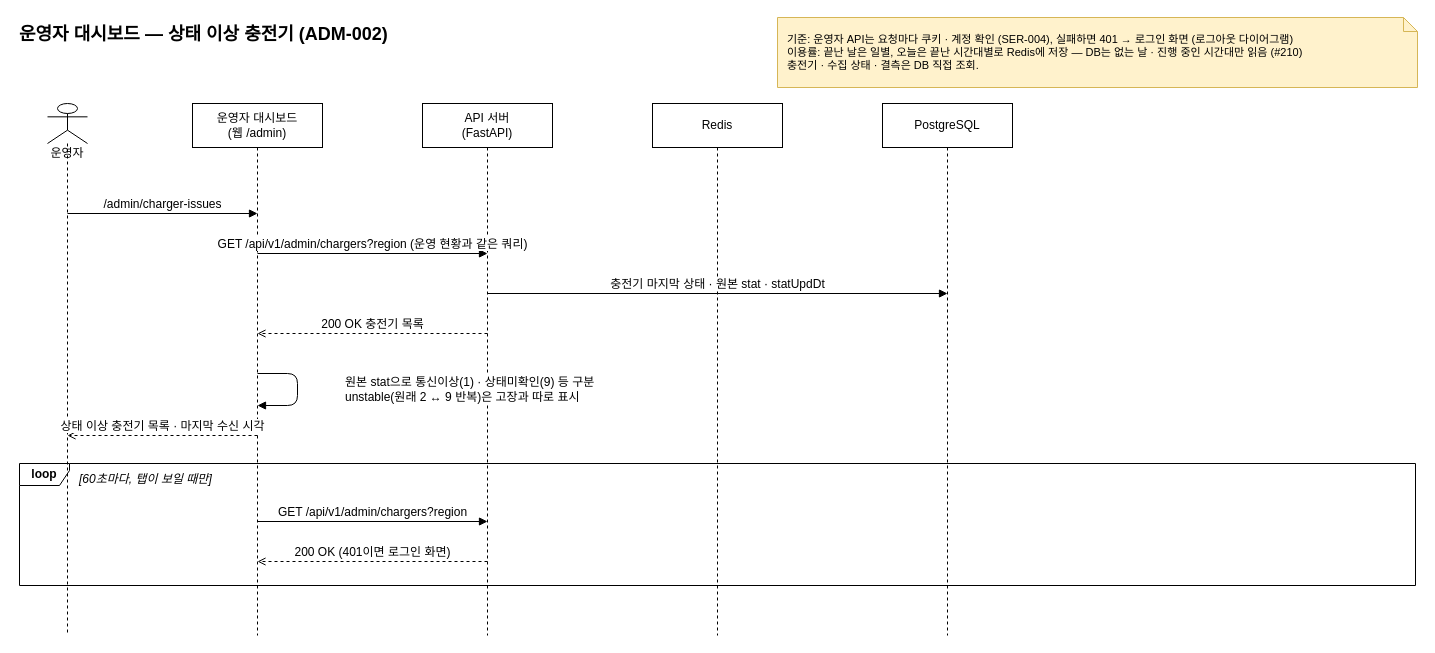
This is page "상태 이상 충전기" (2 of 3) of docs/diagrams_new/sequence-운영자 대시보드 조회.drawio from 2026-Capstone4/ev-flow, a draw.io file, before an edit. Source tidied: cells renumbered, new cells numbered last; positions are measured from the earlier drawing's top-left corner, leaving out a move shared by most shapes. Both pictures are drawn from the tidied source at 100%, with x=0, y=0 at pixel (17, 17).
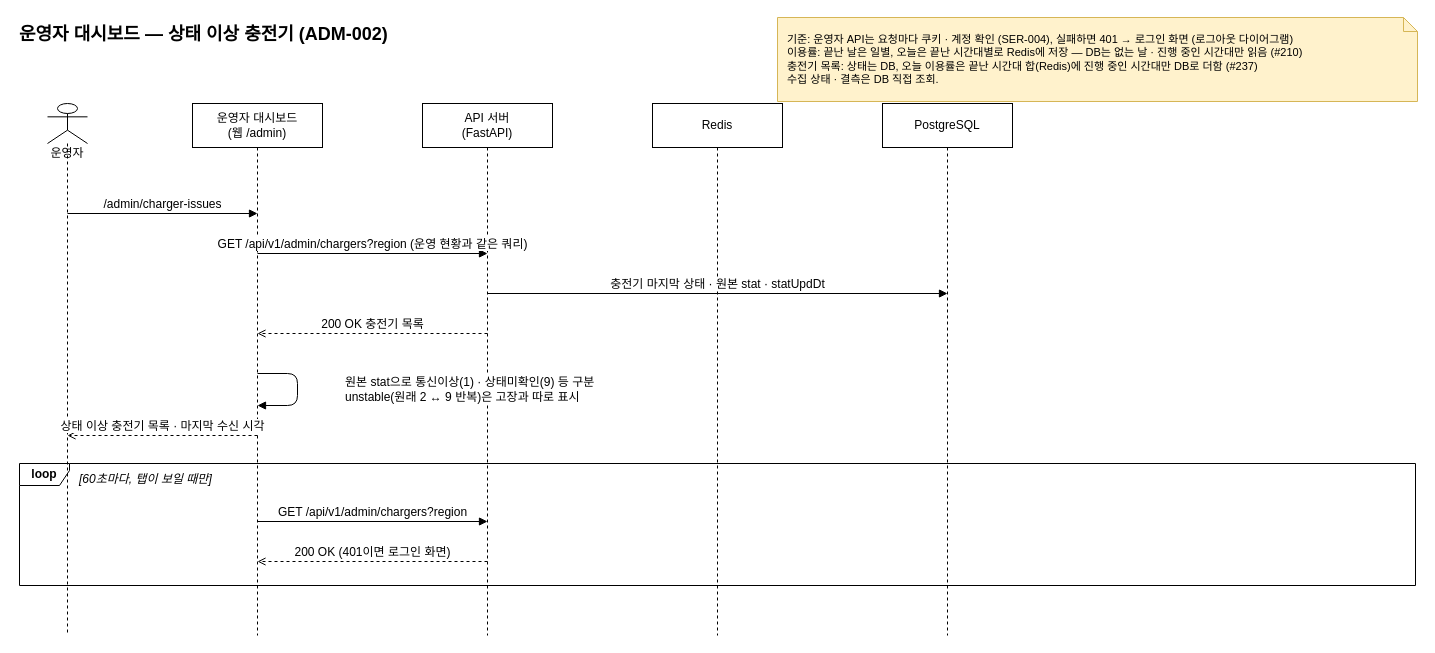
The same page after the edit.

Commit message (it also covers changes not shown here):
fix: 운영자 충전기 목록 느림 - 충전기 상태를 회차 한 번에 읽고 오늘 합을 Redis에 저장 (#237)

The edit, as a diff of the source:
```diff
@@
-    <mxCell id="9" value="기준: 운영자 API는 요청마다 쿠키 · 계정 확인 (SER-004), 실패하면 401 → 로그인 화면 (로그아웃 다이어그램)&lt;br&gt;이용률: 끝난 날은 일별, 오늘은 끝난 시간대별로 Redis에 저장 — DB는 없는 날 · 진행 중인 시간대만 읽음 (#210)&lt;br&gt;충전기 · 수집 상태 · 결측은 DB 직접 조회." style="shape=note;whiteSpace=wrap;html=1;size=14;align=left;spacingLeft=8;fillColor=#fff2cc;strokeColor=#d6b656;fontFamily=Pretendard;fontSize=11;" parent="1" vertex="1">
-      <mxGeometry x="760" width="640" height="70" as="geometry" />
+    <mxCell id="9" value="기준: 운영자 API는 요청마다 쿠키 · 계정 확인 (SER-004), 실패하면 401 → 로그인 화면 (로그아웃 다이어그램)&lt;br&gt;이용률: 끝난 날은 일별, 오늘은 끝난 시간대별로 Redis에 저장 — DB는 없는 날 · 진행 중인 시간대만 읽음 (#210)&lt;br&gt;충전기 목록: 상태는 DB, 오늘 이용률은 끝난 시간대 합(Redis)에 진행 중인 시간대만 DB로 더함 (#237)&lt;br&gt;수집 상태 · 결측은 DB 직접 조회." style="shape=note;whiteSpace=wrap;html=1;size=14;align=left;spacingLeft=8;fillColor=#fff2cc;strokeColor=#d6b656;fontFamily=Pretendard;fontSize=11;" parent="1" vertex="1">
+      <mxGeometry x="760" width="640" height="84" as="geometry" />
     </mxCell>
```
